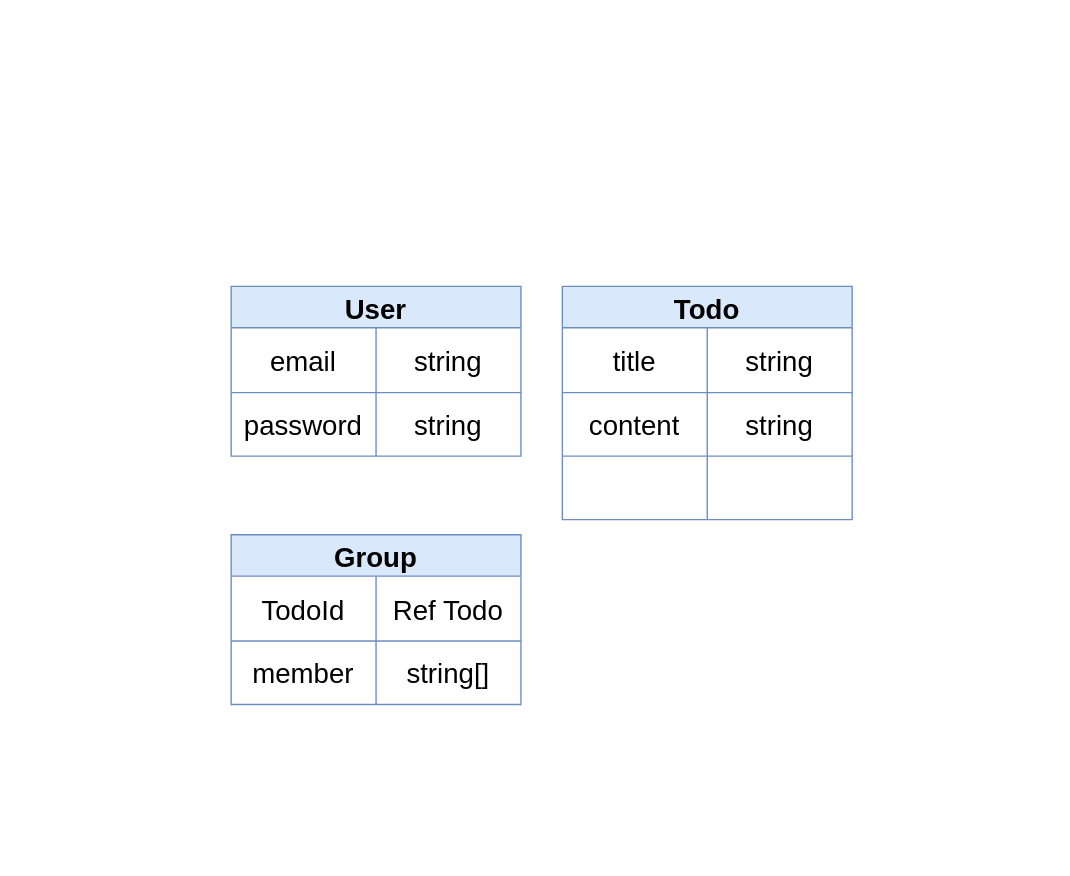
fan0223/TaskTracker keeps this draw.io diagram as page "第2頁" (2 of 2) of Untitled Diagram.drawio. Above is the earlier version. Source tidied: cells renumbered, new cells numbered last; positions are measured from the earlier drawing's top-left corner, leaving out a move shared by most shapes. Both pictures are drawn from the tidied source at 138%, with x=0, y=0 at pixel (230, 286).
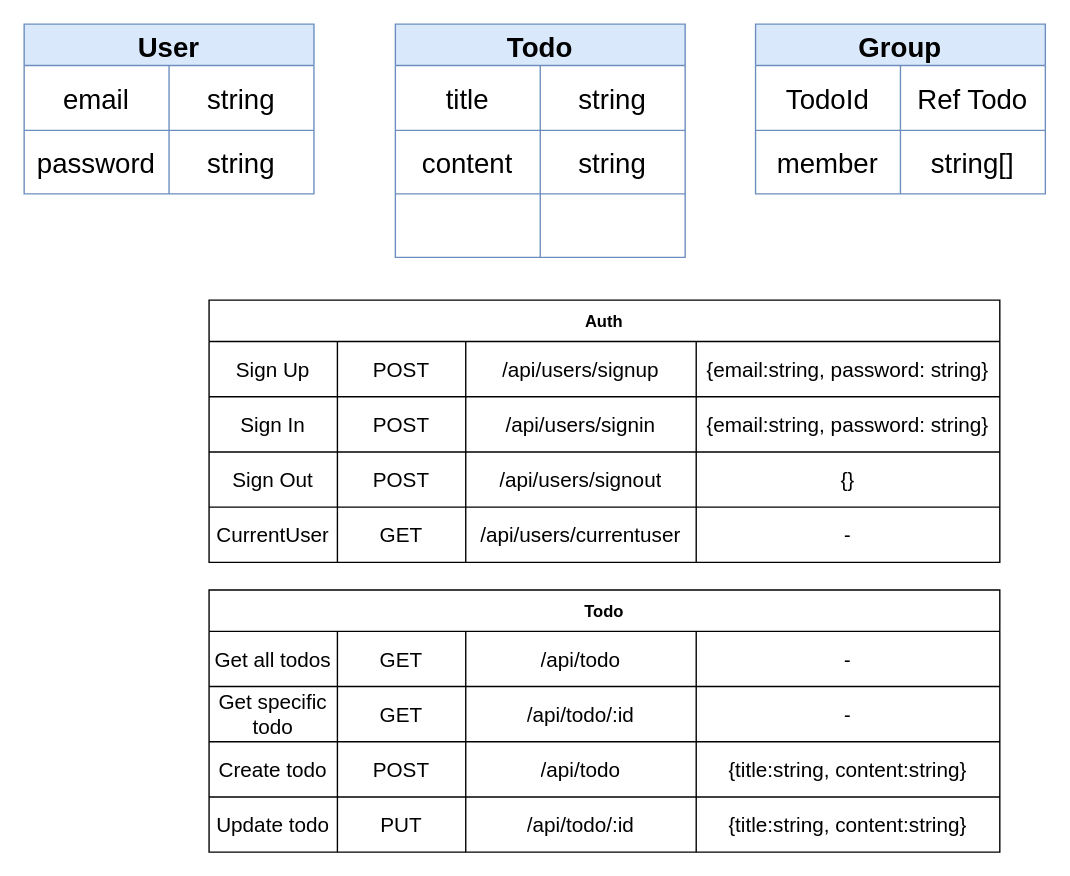
The same diagram, later.

What changed in the source:
```diff
@@
     <mxCell id="2" value="User" style="shape=table;startSize=30;childLayout=tableLayout;fontStyle=1;align=center;rounded=0;shadow=0;sketch=0;fontSize=20;swimlaneFillColor=default;fillColor=#dae8fc;strokeColor=#6c8ebf;labelBackgroundColor=none;labelBorderColor=none;gradientColor=none;" parent="1" vertex="1">
-      <mxGeometry width="210" height="123" as="geometry" />
+      <mxGeometry x="-150" y="-190" width="210" height="123" as="geometry" />
     </mxCell>
@@
     <mxCell id="9" value="Todo" style="shape=table;startSize=30;childLayout=tableLayout;fontStyle=1;align=center;rounded=0;shadow=0;sketch=0;fontSize=20;swimlaneFillColor=default;fillColor=#dae8fc;strokeColor=#6c8ebf;labelBackgroundColor=none;labelBorderColor=none;gradientColor=none;" parent="1" vertex="1">
-      <mxGeometry x="240" width="210" height="169" as="geometry" />
+      <mxGeometry x="119" y="-190" width="210" height="169" as="geometry" />
     </mxCell>
@@
     <mxCell id="19" value="Group" style="shape=table;startSize=30;childLayout=tableLayout;fontStyle=1;align=center;rounded=0;shadow=0;sketch=0;fontSize=20;swimlaneFillColor=default;fillColor=#dae8fc;strokeColor=#6c8ebf;labelBackgroundColor=none;labelBorderColor=none;gradientColor=none;" parent="1" vertex="1">
-      <mxGeometry y="180" width="210" height="123" as="geometry" />
+      <mxGeometry x="380" y="-190" width="210" height="123" as="geometry" />
     </mxCell>
@@
+    <mxCell id="26" value="Auth" style="shape=table;startSize=30;childLayout=tableLayout;fontStyle=1;align=center;" parent="1" vertex="1">
+      <mxGeometry x="-16" y="10" width="573" height="190" as="geometry" />
+    </mxCell>
+    <mxCell id="27" style="shape=partialRectangle;html=1;whiteSpace=wrap;fillColor=none;top=0;left=0;bottom=0;right=0;" parent="26" vertex="1">
+      <mxGeometry y="30" width="573" height="40" as="geometry" />
+    </mxCell>
+    <mxCell id="28" value="Sign Up" style="shape=partialRectangle;html=1;whiteSpace=wrap;fillColor=none;top=0;left=0;bottom=0;right=0;overflow=hidden;fontSize=15;" parent="27" vertex="1">
+      <mxGeometry width="93" height="40" as="geometry" />
+    </mxCell>
+    <mxCell id="29" value="POST" style="shape=partialRectangle;html=1;whiteSpace=wrap;fillColor=none;top=0;left=0;bottom=0;right=0;overflow=hidden;fontSize=15;" parent="27" vertex="1">
+      <mxGeometry x="93" width="93" height="40" as="geometry" />
+    </mxCell>
+    <mxCell id="30" value="&lt;span style=&quot;font-size: 15px&quot;&gt;/api/users/signup&lt;/span&gt;" style="shape=partialRectangle;html=1;whiteSpace=wrap;fillColor=none;top=0;left=0;bottom=0;right=0;overflow=hidden;fontSize=15;" parent="27" vertex="1">
+      <mxGeometry x="186" width="167" height="40" as="geometry" />
+    </mxCell>
+    <mxCell id="31" value="{email:string, password: string}" style="shape=partialRectangle;html=1;whiteSpace=wrap;fillColor=none;top=0;left=0;bottom=0;right=0;overflow=hidden;fontSize=15;" parent="27" vertex="1">
+      <mxGeometry x="353" width="220" height="40" as="geometry" />
+    </mxCell>
+    <mxCell id="32" style="shape=partialRectangle;html=1;whiteSpace=wrap;fillColor=none;top=0;left=0;bottom=0;right=0;" parent="26" vertex="1">
+      <mxGeometry y="70" width="573" height="40" as="geometry" />
+    </mxCell>
+    <mxCell id="33" value="Sign In" style="shape=partialRectangle;html=1;whiteSpace=wrap;fillColor=none;top=0;left=0;bottom=0;right=0;overflow=hidden;fontSize=15;" parent="32" vertex="1">
+      <mxGeometry width="93" height="40" as="geometry" />
+    </mxCell>
+    <mxCell id="34" value="POST" style="shape=partialRectangle;html=1;whiteSpace=wrap;fillColor=none;top=0;left=0;bottom=0;right=0;overflow=hidden;fontSize=15;" parent="32" vertex="1">
+      <mxGeometry x="93" width="93" height="40" as="geometry" />
+    </mxCell>
+    <mxCell id="35" value="&lt;span&gt;/api/users/signin&lt;/span&gt;" style="shape=partialRectangle;html=1;whiteSpace=wrap;fillColor=none;top=0;left=0;bottom=0;right=0;overflow=hidden;fontSize=15;" parent="32" vertex="1">
+      <mxGeometry x="186" width="167" height="40" as="geometry" />
+    </mxCell>
+    <mxCell id="36" value="{email:string, password: string}" style="shape=partialRectangle;html=1;whiteSpace=wrap;fillColor=none;top=0;left=0;bottom=0;right=0;overflow=hidden;fontSize=15;" parent="32" vertex="1">
+      <mxGeometry x="353" width="220" height="40" as="geometry" />
+    </mxCell>
+    <mxCell id="37" style="shape=partialRectangle;html=1;whiteSpace=wrap;fillColor=none;top=0;left=0;bottom=0;right=0;" parent="26" vertex="1">
+      <mxGeometry y="110" width="573" height="40" as="geometry" />
+    </mxCell>
+    <mxCell id="38" value="Sign Out" style="shape=partialRectangle;html=1;whiteSpace=wrap;fillColor=none;top=0;left=0;bottom=0;right=0;overflow=hidden;fontSize=15;" parent="37" vertex="1">
+      <mxGeometry width="93" height="40" as="geometry" />
+    </mxCell>
+    <mxCell id="39" value="POST" style="shape=partialRectangle;html=1;whiteSpace=wrap;fillColor=none;top=0;left=0;bottom=0;right=0;overflow=hidden;fontSize=15;" parent="37" vertex="1">
+      <mxGeometry x="93" width="93" height="40" as="geometry" />
+    </mxCell>
+    <mxCell id="40" value="&lt;span&gt;/api/users/signout&lt;/span&gt;" style="shape=partialRectangle;html=1;whiteSpace=wrap;fillColor=none;top=0;left=0;bottom=0;right=0;overflow=hidden;fontSize=15;" parent="37" vertex="1">
+      <mxGeometry x="186" width="167" height="40" as="geometry" />
+    </mxCell>
+    <mxCell id="41" value="{}" style="shape=partialRectangle;html=1;whiteSpace=wrap;fillColor=none;top=0;left=0;bottom=0;right=0;overflow=hidden;fontSize=15;" parent="37" vertex="1">
+      <mxGeometry x="353" width="220" height="40" as="geometry" />
+    </mxCell>
+    <mxCell id="42" style="shape=partialRectangle;html=1;whiteSpace=wrap;fillColor=none;top=0;left=0;bottom=0;right=0;" parent="26" vertex="1">
+      <mxGeometry y="150" width="573" height="40" as="geometry" />
+    </mxCell>
+    <mxCell id="43" value="CurrentUser" style="shape=partialRectangle;html=1;whiteSpace=wrap;fillColor=none;top=0;left=0;bottom=0;right=0;overflow=hidden;fontSize=15;" parent="42" vertex="1">
+      <mxGeometry width="93" height="40" as="geometry" />
+    </mxCell>
+    <mxCell id="44" value="GET" style="shape=partialRectangle;html=1;whiteSpace=wrap;fillColor=none;top=0;left=0;bottom=0;right=0;overflow=hidden;fontSize=15;" parent="42" vertex="1">
+      <mxGeometry x="93" width="93" height="40" as="geometry" />
+    </mxCell>
+    <mxCell id="45" value="&lt;span&gt;/api/users/currentuser&lt;/span&gt;" style="shape=partialRectangle;html=1;whiteSpace=wrap;fillColor=none;top=0;left=0;bottom=0;right=0;overflow=hidden;fontSize=15;" parent="42" vertex="1">
+      <mxGeometry x="186" width="167" height="40" as="geometry" />
+    </mxCell>
+    <mxCell id="46" value="-" style="shape=partialRectangle;html=1;whiteSpace=wrap;fillColor=none;top=0;left=0;bottom=0;right=0;overflow=hidden;fontSize=15;" parent="42" vertex="1">
+      <mxGeometry x="353" width="220" height="40" as="geometry" />
+    </mxCell>
+    <mxCell id="47" value="Todo" style="shape=table;startSize=30;childLayout=tableLayout;fontStyle=1;align=center;" parent="1" vertex="1">
+      <mxGeometry x="-16" y="220" width="573" height="190" as="geometry" />
+    </mxCell>
+    <mxCell id="48" style="shape=partialRectangle;html=1;whiteSpace=wrap;fillColor=none;top=0;left=0;bottom=0;right=0;" parent="47" vertex="1">
+      <mxGeometry y="30" width="573" height="40" as="geometry" />
+    </mxCell>
+    <mxCell id="49" value="Get all todos" style="shape=partialRectangle;html=1;whiteSpace=wrap;fillColor=none;top=0;left=0;bottom=0;right=0;overflow=hidden;fontSize=15;" parent="48" vertex="1">
+      <mxGeometry width="93" height="40" as="geometry" />
+    </mxCell>
+    <mxCell id="50" value="GET" style="shape=partialRectangle;html=1;whiteSpace=wrap;fillColor=none;top=0;left=0;bottom=0;right=0;overflow=hidden;fontSize=15;" parent="48" vertex="1">
+      <mxGeometry x="93" width="93" height="40" as="geometry" />
+    </mxCell>
+    <mxCell id="51" value="/api/todo" style="shape=partialRectangle;html=1;whiteSpace=wrap;fillColor=none;top=0;left=0;bottom=0;right=0;overflow=hidden;fontSize=15;" parent="48" vertex="1">
+      <mxGeometry x="186" width="167" height="40" as="geometry" />
+    </mxCell>
+    <mxCell id="52" value="-" style="shape=partialRectangle;html=1;whiteSpace=wrap;fillColor=none;top=0;left=0;bottom=0;right=0;overflow=hidden;fontSize=15;" parent="48" vertex="1">
+      <mxGeometry x="353" width="220" height="40" as="geometry" />
+    </mxCell>
+    <mxCell id="53" style="shape=partialRectangle;html=1;whiteSpace=wrap;fillColor=none;top=0;left=0;bottom=0;right=0;" parent="47" vertex="1">
+      <mxGeometry y="70" width="573" height="40" as="geometry" />
+    </mxCell>
+    <mxCell id="54" value="Get specific todo" style="shape=partialRectangle;html=1;whiteSpace=wrap;fillColor=none;top=0;left=0;bottom=0;right=0;overflow=hidden;fontSize=15;" parent="53" vertex="1">
+      <mxGeometry width="93" height="40" as="geometry" />
+    </mxCell>
+    <mxCell id="55" value="GET" style="shape=partialRectangle;html=1;whiteSpace=wrap;fillColor=none;top=0;left=0;bottom=0;right=0;overflow=hidden;fontSize=15;" parent="53" vertex="1">
+      <mxGeometry x="93" width="93" height="40" as="geometry" />
+    </mxCell>
+    <mxCell id="56" value="/api/todo/:id" style="shape=partialRectangle;html=1;whiteSpace=wrap;fillColor=none;top=0;left=0;bottom=0;right=0;overflow=hidden;fontSize=15;" parent="53" vertex="1">
+      <mxGeometry x="186" width="167" height="40" as="geometry" />
+    </mxCell>
+    <mxCell id="57" value="-" style="shape=partialRectangle;html=1;whiteSpace=wrap;fillColor=none;top=0;left=0;bottom=0;right=0;overflow=hidden;fontSize=15;" parent="53" vertex="1">
+      <mxGeometry x="353" width="220" height="40" as="geometry" />
+    </mxCell>
+    <mxCell id="58" style="shape=partialRectangle;html=1;whiteSpace=wrap;fillColor=none;top=0;left=0;bottom=0;right=0;" parent="47" vertex="1">
+      <mxGeometry y="110" width="573" height="40" as="geometry" />
+    </mxCell>
+    <mxCell id="59" value="Create todo" style="shape=partialRectangle;html=1;whiteSpace=wrap;fillColor=none;top=0;left=0;bottom=0;right=0;overflow=hidden;fontSize=15;" parent="58" vertex="1">
+      <mxGeometry width="93" height="40" as="geometry" />
+    </mxCell>
+    <mxCell id="60" value="POST" style="shape=partialRectangle;html=1;whiteSpace=wrap;fillColor=none;top=0;left=0;bottom=0;right=0;overflow=hidden;fontSize=15;" parent="58" vertex="1">
+      <mxGeometry x="93" width="93" height="40" as="geometry" />
+    </mxCell>
+    <mxCell id="61" value="&lt;span&gt;/api/todo&lt;/span&gt;" style="shape=partialRectangle;html=1;whiteSpace=wrap;fillColor=none;top=0;left=0;bottom=0;right=0;overflow=hidden;fontSize=15;" parent="58" vertex="1">
+      <mxGeometry x="186" width="167" height="40" as="geometry" />
+    </mxCell>
+    <mxCell id="62" value="{title:string, content:string}" style="shape=partialRectangle;html=1;whiteSpace=wrap;fillColor=none;top=0;left=0;bottom=0;right=0;overflow=hidden;fontSize=15;" parent="58" vertex="1">
+      <mxGeometry x="353" width="220" height="40" as="geometry" />
+    </mxCell>
+    <mxCell id="63" style="shape=partialRectangle;html=1;whiteSpace=wrap;fillColor=none;top=0;left=0;bottom=0;right=0;" parent="47" vertex="1">
+      <mxGeometry y="150" width="573" height="40" as="geometry" />
+    </mxCell>
+    <mxCell id="64" value="Update todo" style="shape=partialRectangle;html=1;whiteSpace=wrap;fillColor=none;top=0;left=0;bottom=0;right=0;overflow=hidden;fontSize=15;" parent="63" vertex="1">
+      <mxGeometry width="93" height="40" as="geometry" />
+    </mxCell>
+    <mxCell id="65" value="PUT" style="shape=partialRectangle;html=1;whiteSpace=wrap;fillColor=none;top=0;left=0;bottom=0;right=0;overflow=hidden;fontSize=15;" parent="63" vertex="1">
+      <mxGeometry x="93" width="93" height="40" as="geometry" />
+    </mxCell>
+    <mxCell id="66" value="/api/todo/:id" style="shape=partialRectangle;html=1;whiteSpace=wrap;fillColor=none;top=0;left=0;bottom=0;right=0;overflow=hidden;fontSize=15;" parent="63" vertex="1">
+      <mxGeometry x="186" width="167" height="40" as="geometry" />
+    </mxCell>
+    <mxCell id="67" value="{title:string, content:string}" style="shape=partialRectangle;html=1;whiteSpace=wrap;fillColor=none;top=0;left=0;bottom=0;right=0;overflow=hidden;fontSize=15;" parent="63" vertex="1">
+      <mxGeometry x="353" width="220" height="40" as="geometry" />
+    </mxCell>
```
